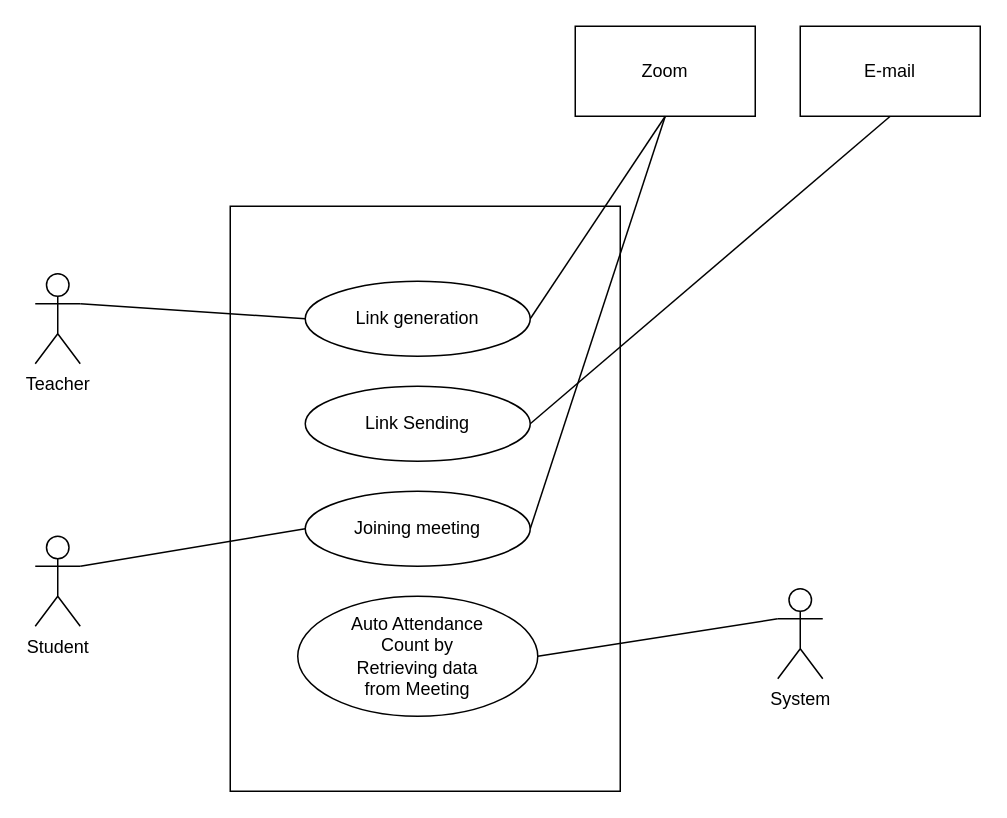
Earlier version of the draw.io diagram page "UC level 1.3" (5 of 19) of Diagrams.drawio (shirrsho/E-shcool). Source tidied: cells renumbered, new cells numbered last; positions are measured from the earlier drawing's top-left corner, leaving out a move shared by most shapes. Both pictures are drawn from the tidied source at 150%, with x=0, y=0 at pixel (34, 26).
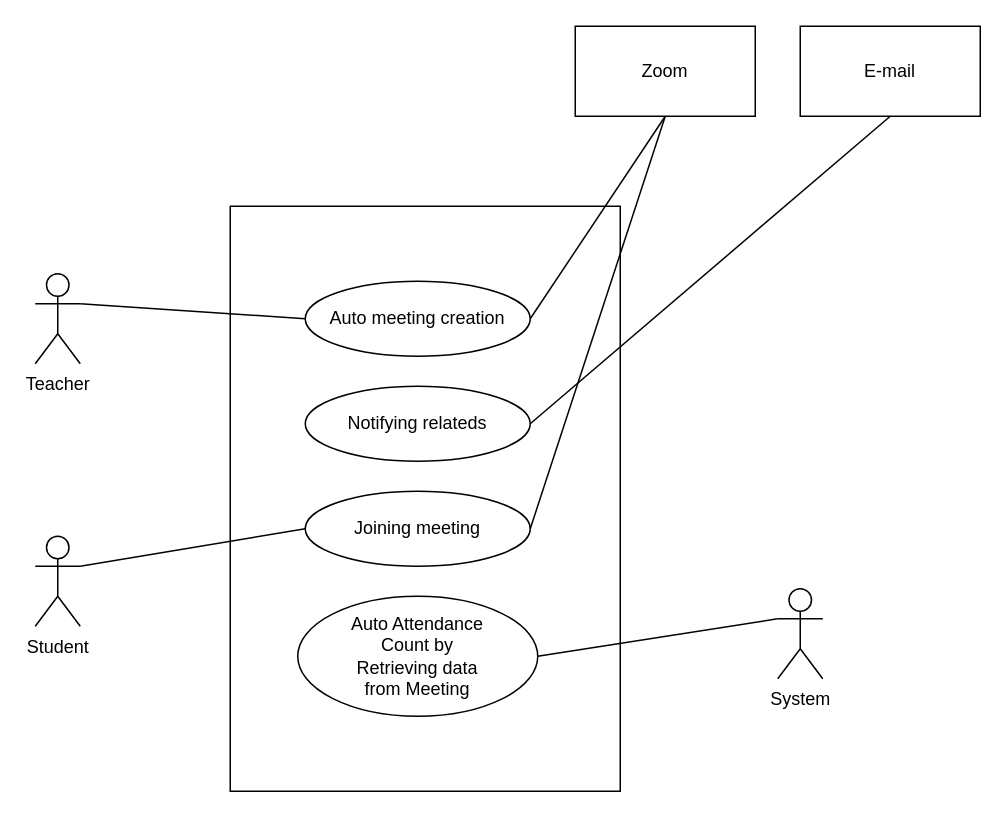
The same diagram, later.

Diff of the diagram source:
```diff
@@
 <mxGraphModel>
   <root>
     <mxCell id="0" />
     <mxCell id="1" parent="0" />
     <mxCell id="2" style="rounded=0;whiteSpace=wrap;html=1;" parent="1" vertex="1">
       <mxGeometry x="130" y="120" width="260" height="390" as="geometry" />
     </mxCell>
-    <mxCell id="3" value="Link generation" style="ellipse;whiteSpace=wrap;html=1;" parent="1" vertex="1">
+    <mxCell id="3" value="Auto meeting creation" style="ellipse;whiteSpace=wrap;html=1;" parent="1" vertex="1">
       <mxGeometry x="180" y="170" width="150" height="50" as="geometry" />
     </mxCell>
-    <mxCell id="4" value="Link Sending" style="ellipse;whiteSpace=wrap;html=1;" parent="1" vertex="1">
+    <mxCell id="4" value="Notifying relateds" style="ellipse;whiteSpace=wrap;html=1;" parent="1" vertex="1">
       <mxGeometry x="180" y="240" width="150" height="50" as="geometry" />
     </mxCell>
     <mxCell id="5" value="Joining meeting" style="ellipse;whiteSpace=wrap;html=1;" parent="1" vertex="1">
       <mxGeometry x="180" y="310" width="150" height="50" as="geometry" />
     </mxCell>
     <mxCell id="6" value="Auto Attendance &lt;br&gt;Count by&lt;br&gt;Retrieving data&lt;br&gt;from Meeting" style="ellipse;whiteSpace=wrap;html=1;" parent="1" vertex="1">
       <mxGeometry x="175" y="380" width="160" height="80" as="geometry" />
     </mxCell>
     <mxCell id="7" value="Teacher" style="shape=umlActor;verticalLabelPosition=bottom;verticalAlign=top;html=1;outlineConnect=0;" parent="1" vertex="1">
       <mxGeometry y="165" width="30" height="60" as="geometry" />
     </mxCell>
     <mxCell id="8" value="Student" style="shape=umlActor;verticalLabelPosition=bottom;verticalAlign=top;html=1;outlineConnect=0;" parent="1" vertex="1">
       <mxGeometry y="340" width="30" height="60" as="geometry" />
     </mxCell>
     <mxCell id="9" style="endArrow=none;html=1;rounded=0;entryX=1;entryY=0.3333333333333333;entryDx=0;entryDy=0;entryPerimeter=0;exitX=0;exitY=0.5;exitDx=0;exitDy=0;" parent="1" edge="1" source="3" target="7">
       <mxGeometry relative="1" as="geometry" />
     </mxCell>
     <mxCell id="10" value="Zoom" style="rounded=0;whiteSpace=wrap;html=1;" parent="1" vertex="1">
       <mxGeometry x="360" width="120" height="60" as="geometry" />
     </mxCell>
     <mxCell id="11" style="endArrow=none;html=1;rounded=0;entryX=0.5;entryY=1;entryDx=0;entryDy=0;exitX=1;exitY=0.5;exitDx=0;exitDy=0;" parent="1" edge="1" source="3" target="10">
       <mxGeometry relative="1" as="geometry" />
     </mxCell>
     <mxCell id="12" value="E-mail" style="rounded=0;whiteSpace=wrap;html=1;" parent="1" vertex="1">
       <mxGeometry x="510" width="120" height="60" as="geometry" />
     </mxCell>
     <mxCell id="13" style="endArrow=none;html=1;rounded=0;entryX=0.5;entryY=1;entryDx=0;entryDy=0;exitX=1;exitY=0.5;exitDx=0;exitDy=0;" parent="1" edge="1" source="4" target="12">
       <mxGeometry relative="1" as="geometry" />
     </mxCell>
     <mxCell id="14" style="endArrow=none;html=1;rounded=0;exitX=1;exitY=0.3333333333333333;exitDx=0;exitDy=0;exitPerimeter=0;entryX=0;entryY=0.5;entryDx=0;entryDy=0;" parent="1" edge="1" source="8" target="5">
       <mxGeometry relative="1" as="geometry" />
     </mxCell>
     <mxCell id="15" style="endArrow=none;html=1;rounded=0;exitX=1;exitY=0.5;exitDx=0;exitDy=0;entryX=0.5;entryY=1;entryDx=0;entryDy=0;" parent="1" edge="1" source="5" target="10">
       <mxGeometry relative="1" as="geometry" />
     </mxCell>
     <mxCell id="16" style="endArrow=none;html=1;rounded=0;entryX=0;entryY=0.3333333333333333;entryDx=0;entryDy=0;exitX=1;exitY=0.5;exitDx=0;exitDy=0;entryPerimeter=0;" parent="1" edge="1" source="6" target="17">
       <mxGeometry relative="1" as="geometry" />
     </mxCell>
     <mxCell id="17" value="System" style="shape=umlActor;verticalLabelPosition=bottom;verticalAlign=top;html=1;outlineConnect=0;" parent="1" vertex="1">
       <mxGeometry x="495" y="375" width="30" height="60" as="geometry" />
     </mxCell>
   </root>
 </mxGraphModel>
```
